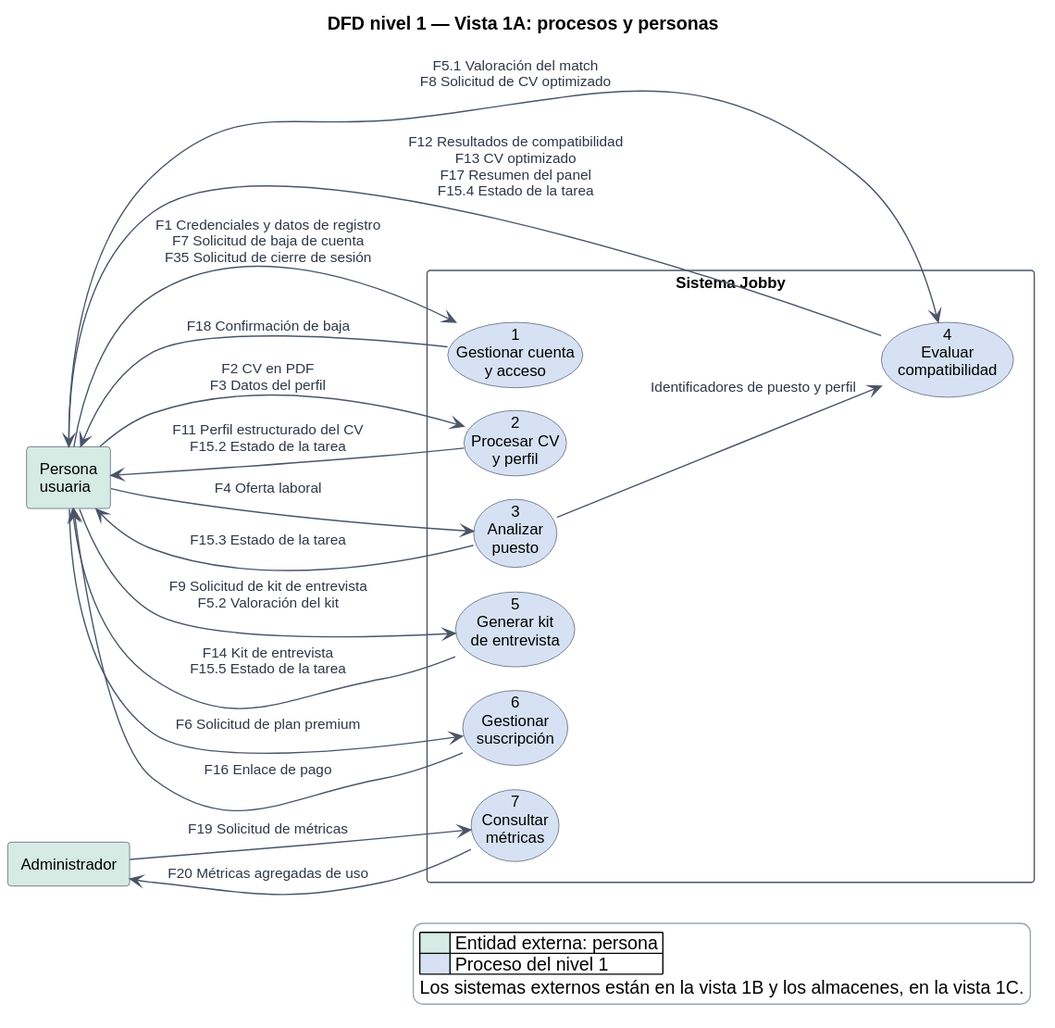
The PlantUML diagram docs/diagramas/dfd-nivel-1-vista-a.svg in Buatishi/Jobby, before a commit. Its diagram source:
```plantuml
@startuml
!pragma layout smetana
left to right direction
skinparam shadowing false
skinparam defaultFontName Arial
skinparam defaultFontSize 12
skinparam ArrowColor #4A5568
skinparam ArrowFontSize 11
skinparam ArrowFontColor #2D3748
skinparam RectangleBorderColor #4A5568
skinparam UsecaseBorderColor #4A5568
skinparam legendBackgroundColor #FFFFFF
skinparam legendBorderColor #9AA5B1

title DFD nivel 1 — Vista 1A: procesos y personas

rectangle "Persona\nusuaria" as U #D5EBE3
rectangle "Administrador" as A #D5EBE3

rectangle "Sistema Jobby" as SIS #FFFFFF {
  usecase "1\nGestionar cuenta\ny acceso" as P1 #D6E2F3
  usecase "2\nProcesar CV\ny perfil" as P2 #D6E2F3
  usecase "3\nAnalizar\npuesto" as P3 #D6E2F3
  usecase "4\nEvaluar\ncompatibilidad" as P4 #D6E2F3
  usecase "5\nGenerar kit\nde entrevista" as P5 #D6E2F3
  usecase "6\nGestionar\nsuscripción" as P6 #D6E2F3
  usecase "7\nConsultar\nmétricas" as P7 #D6E2F3
}

U --> P1 : F1 Credenciales y datos de registro\nF7 Solicitud de baja de cuenta\nF35 Solicitud de cierre de sesión
U <-- P1 : F18 Confirmación de baja
U --> P2 : F2 CV en PDF\nF3 Datos del perfil
U <-- P2 : F11 Perfil estructurado del CV\nF15.2 Estado de la tarea
U --> P3 : F4 Oferta laboral
U <-- P3 : F15.3 Estado de la tarea
P3 --> P4 : Identificadores de puesto y perfil
U --> P4 : F5.1 Valoración del match\nF8 Solicitud de CV optimizado
U <-- P4 : F12 Resultados de compatibilidad\nF13 CV optimizado\nF17 Resumen del panel\nF15.4 Estado de la tarea
U --> P5 : F9 Solicitud de kit de entrevista\nF5.2 Valoración del kit
U <-- P5 : F14 Kit de entrevista\nF15.5 Estado de la tarea
U --> P6 : F6 Solicitud de plan premium
U <-- P6 : F16 Enlace de pago
A --> P7 : F19 Solicitud de métricas
A <-- P7 : F20 Métricas agregadas de uso

legend right
  |<#D5EBE3>      | Entidad externa: persona |
  |<#D6E2F3>      | Proceso del nivel 1 |
  Los sistemas externos están en la vista 1B y los almacenes, en la vista 1C.
endlegend
@enduml
```
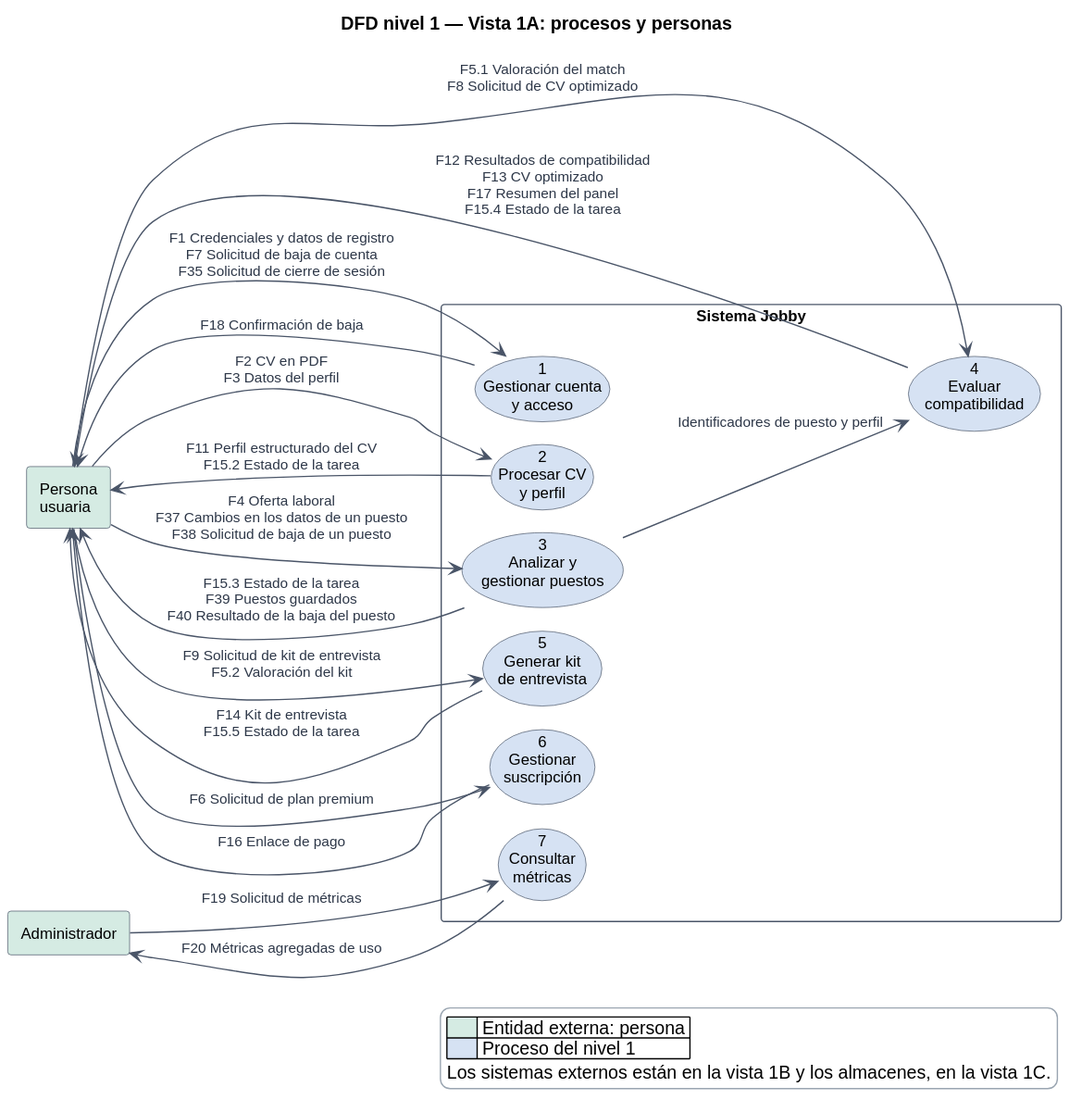
After the change.

The edit, as a diff of the source:
```diff
@@ -20,7 +20,7 @@
 rectangle "Sistema Jobby" as SIS #FFFFFF {
   usecase "1\nGestionar cuenta\ny acceso" as P1 #D6E2F3
   usecase "2\nProcesar CV\ny perfil" as P2 #D6E2F3
-  usecase "3\nAnalizar\npuesto" as P3 #D6E2F3
+  usecase "3\nAnalizar y\ngestionar puestos" as P3 #D6E2F3
   usecase "4\nEvaluar\ncompatibilidad" as P4 #D6E2F3
   usecase "5\nGenerar kit\nde entrevista" as P5 #D6E2F3
   usecase "6\nGestionar\nsuscripción" as P6 #D6E2F3
@@ -31,8 +31,8 @@
 U <-- P1 : F18 Confirmación de baja
 U --> P2 : F2 CV en PDF\nF3 Datos del perfil
 U <-- P2 : F11 Perfil estructurado del CV\nF15.2 Estado de la tarea
-U --> P3 : F4 Oferta laboral
-U <-- P3 : F15.3 Estado de la tarea
+U --> P3 : F4 Oferta laboral\nF37 Cambios en los datos de un puesto\nF38 Solicitud de baja de un puesto
+U <-- P3 : F15.3 Estado de la tarea\nF39 Puestos guardados\nF40 Resultado de la baja del puesto
 P3 --> P4 : Identificadores de puesto y perfil
 U --> P4 : F5.1 Valoración del match\nF8 Solicitud de CV optimizado
 U <-- P4 : F12 Resultados de compatibilidad\nF13 CV optimizado\nF17 Resumen del panel\nF15.4 Estado de la tarea
```
